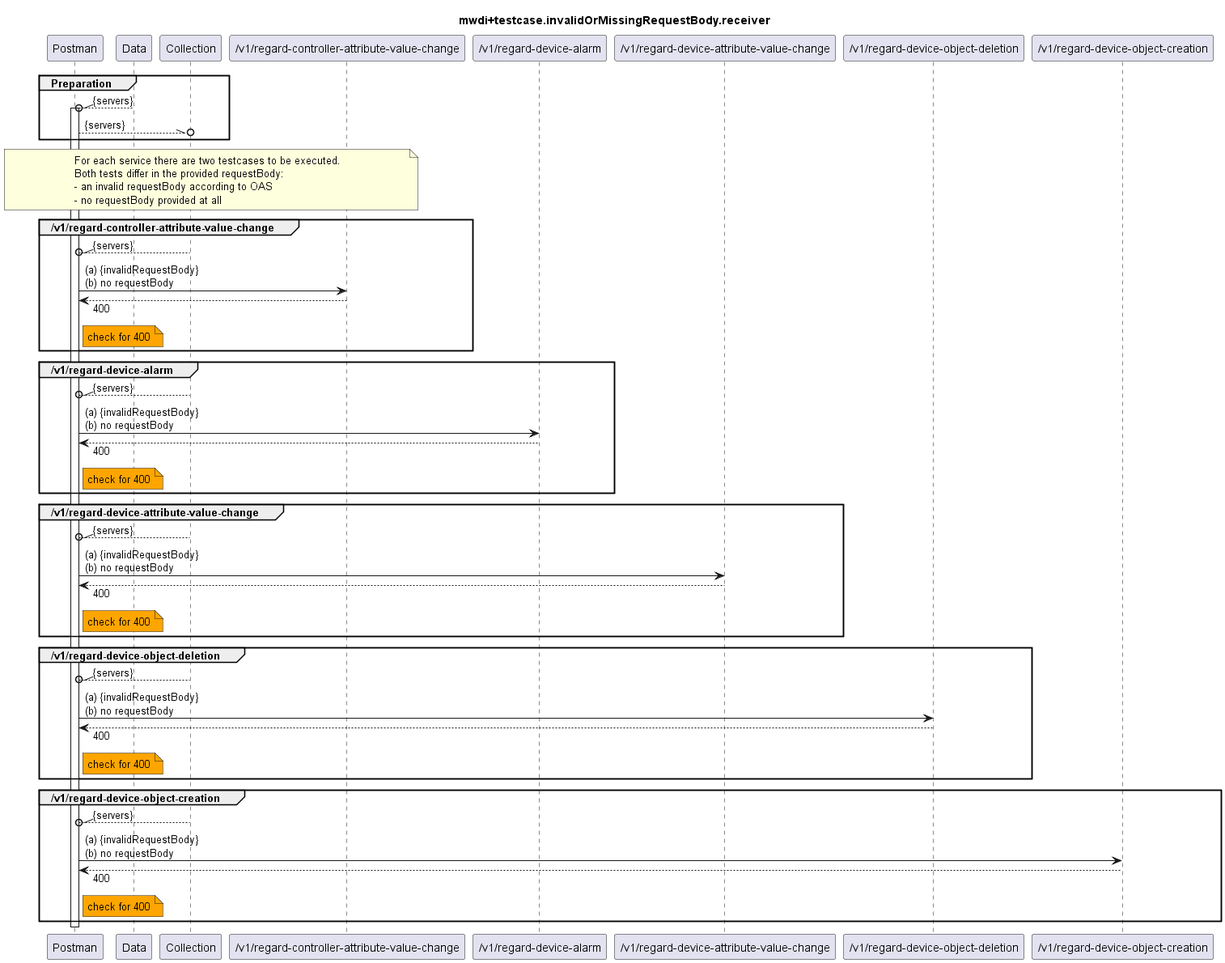
Before: testing/2_functional/invalidOrMissingRequestBody/v2.0.1/Receiver/mwdi+diagram.invalidOrMissingRequestBody.receiver.png, a diagram exported from PlantUML (openBackhaul/MicroWaveDeviceInventory). Its diagram source:
```plantuml
@startuml mwdi+diagram.invalidOrMissingRequestBody.receiver
skinparam responseMessageBelowArrow true

title
mwdi+testcase.invalidOrMissingRequestBody.receiver
end title

participant "Postman" as Postman
participant "Data" as Data
participant "Collection" as Collection

participant "/v1/regard-controller-attribute-value-change" as RCAVC
participant "/v1/regard-device-alarm" as RDA
participant "/v1/regard-device-attribute-value-change" as RDAVC
participant "/v1/regard-device-object-deletion" as RDOD
participant "/v1/regard-device-object-creation" as RDOC

group Preparation
  Data --\\o Postman : {servers}
  activate Postman
  Postman --\\o Collection : {servers}
end

note over Postman, RCAVC
  For each service there are two testcases to be executed.
  Both tests differ in the provided requestBody:
  - an invalid requestBody according to OAS
  - no requestBody provided at all
end note


group /v1/regard-controller-attribute-value-change
  Collection --\\o Postman : {servers}
  Postman -> RCAVC : (a) {invalidRequestBody} \n(b) no requestBody
  Postman <-- RCAVC : 400
  note right Postman #Orange
    check for 400
  end note
end

group /v1/regard-device-alarm
  Collection --\\o Postman : {servers}
  Postman -> RDA : (a) {invalidRequestBody} \n(b) no requestBody
  Postman <-- RDA : 400
  note right Postman #Orange
    check for 400
  end note
end

group /v1/regard-device-attribute-value-change
  Collection --\\o Postman : {servers}
  Postman -> RDAVC : (a) {invalidRequestBody} \n(b) no requestBody
  Postman <-- RDAVC : 400
  note right Postman #Orange
    check for 400
  end note
end

group /v1/regard-device-object-deletion
  Collection --\\o Postman : {servers}
  Postman -> RDOD : (a) {invalidRequestBody} \n(b) no requestBody
  Postman <-- RDOD : 400
  note right Postman #Orange
    check for 400
  end note
end

group /v1/regard-device-object-creation
  Collection --\\o Postman : {servers}
  Postman -> RDOC : (a) {invalidRequestBody} \n(b) no requestBody
  Postman <-- RDOC : 400
  note right Postman #Orange
    check for 400
  end note
end

deactivate Postman

@enduml
```
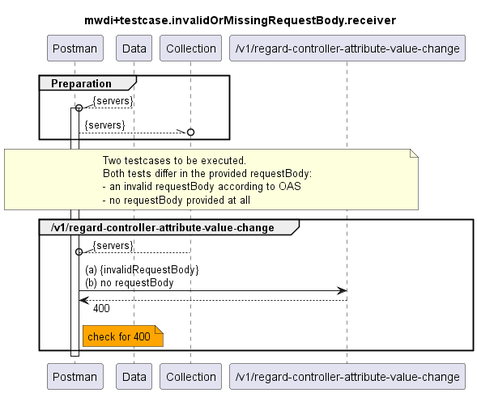
Above is the later version.

Commit message:
[Testing] Update invalidOrMissingRequestBody/receiver testcases Fixes #1330

Change to the diagram source:
```diff
@@ -10,10 +10,6 @@
 participant "Collection" as Collection
 
 participant "/v1/regard-controller-attribute-value-change" as RCAVC
-participant "/v1/regard-device-alarm" as RDA
-participant "/v1/regard-device-attribute-value-change" as RDAVC
-participant "/v1/regard-device-object-deletion" as RDOD
-participant "/v1/regard-device-object-creation" as RDOC
 
 group Preparation
   Data --\\o Postman : {servers}
@@ -22,7 +18,7 @@
 end
 
 note over Postman, RCAVC
-  For each service there are two testcases to be executed.
+  Two testcases to be executed.
   Both tests differ in the provided requestBody:
   - an invalid requestBody according to OAS
   - no requestBody provided at all
@@ -38,42 +34,6 @@
   end note
 end
 
-group /v1/regard-device-alarm
-  Collection --\\o Postman : {servers}
-  Postman -> RDA : (a) {invalidRequestBody} \n(b) no requestBody
-  Postman <-- RDA : 400
-  note right Postman #Orange
-    check for 400
-  end note
-end
-
-group /v1/regard-device-attribute-value-change
-  Collection --\\o Postman : {servers}
-  Postman -> RDAVC : (a) {invalidRequestBody} \n(b) no requestBody
-  Postman <-- RDAVC : 400
-  note right Postman #Orange
-    check for 400
-  end note
-end
-
-group /v1/regard-device-object-deletion
-  Collection --\\o Postman : {servers}
-  Postman -> RDOD : (a) {invalidRequestBody} \n(b) no requestBody
-  Postman <-- RDOD : 400
-  note right Postman #Orange
-    check for 400
-  end note
-end
-
-group /v1/regard-device-object-creation
-  Collection --\\o Postman : {servers}
-  Postman -> RDOC : (a) {invalidRequestBody} \n(b) no requestBody
-  Postman <-- RDOC : 400
-  note right Postman #Orange
-    check for 400
-  end note
-end
-
 deactivate Postman
 
 @enduml
```
